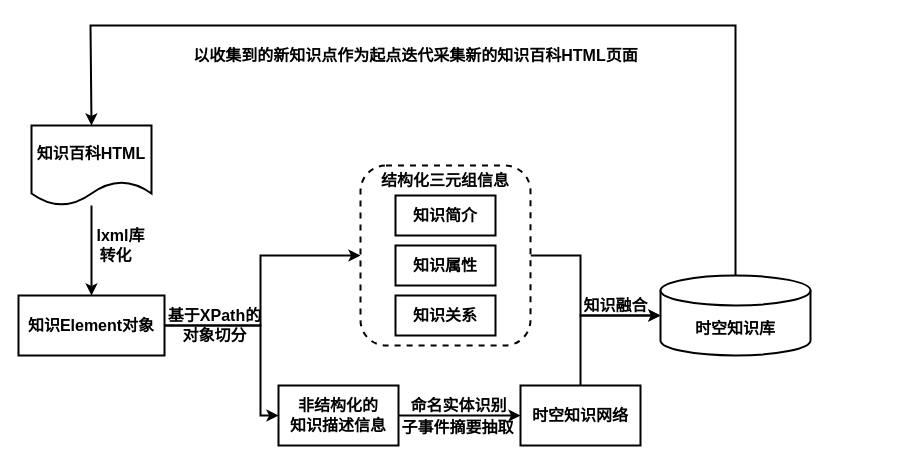
Above: web_graph_build.drawio in junchaoIU/Diagrams_library (draw.io), before the change. Source tidied: cells renumbered, new cells numbered last; positions are measured from the earlier drawing's top-left corner, leaving out a move shared by most shapes. Both pictures are drawn from the tidied source at 100%, with x=0, y=0 at pixel (18, 25).
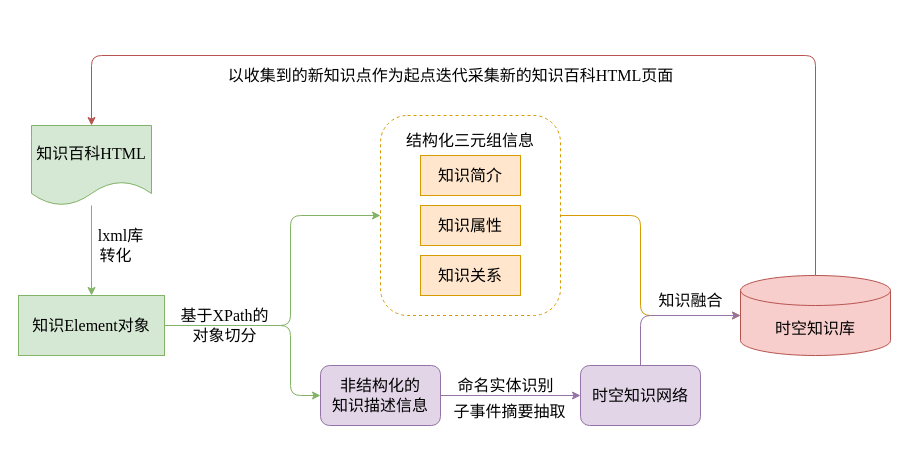
After the change.

The edit, as a diff of the source:
```diff
@@
-    <mxCell id="2" style="edgeStyle=orthogonalEdgeStyle;rounded=0;jettySize=auto;html=1;exitX=1;exitY=0.5;exitDx=0;exitDy=0;entryX=0;entryY=0.5;entryDx=0;entryDy=0;entryPerimeter=0;fontSize=16;strokeWidth=2;" parent="1" edge="1" source="3" target="18">
+    <mxCell id="2" style="edgeStyle=orthogonalEdgeStyle;rounded=1;jettySize=auto;html=1;exitX=1;exitY=0.5;exitDx=0;exitDy=0;entryX=0;entryY=0.5;entryDx=0;entryDy=0;entryPerimeter=0;fontSize=16;strokeWidth=1;fontStyle=0;fontFamily=Times New Roman;fillColor=#ffe6cc;strokeColor=#d79b00;" parent="1" edge="1" source="3" target="18">
       <mxGeometry relative="1" as="geometry">
         <Array as="points">
-          <mxPoint x="562" y="230" />
-          <mxPoint x="562" y="290" />
+          <mxPoint x="622" y="190" />
+          <mxPoint x="622" y="290" />
         </Array>
       </mxGeometry>
     </mxCell>
-    <mxCell id="3" style="rounded=1;whiteSpace=wrap;html=1;fontSize=16;strokeWidth=2;dashed=1;fontStyle=1;" parent="1" vertex="1">
-      <mxGeometry x="342" y="140" width="170" height="180" as="geometry" />
+    <mxCell id="3" style="rounded=1;whiteSpace=wrap;html=1;fontSize=16;strokeWidth=1;dashed=1;fontStyle=0;fontFamily=Times New Roman;fillColor=none;strokeColor=#d79b00;" parent="1" vertex="1">
+      <mxGeometry x="362" y="90" width="180" height="200" as="geometry" />
     </mxCell>
-    <mxCell id="4" style="edgeStyle=orthogonalEdgeStyle;rounded=0;jettySize=auto;html=1;strokeWidth=2;fontSize=16;" parent="1" edge="1" source="5" target="8">
+    <mxCell id="4" style="edgeStyle=orthogonalEdgeStyle;rounded=0;jettySize=auto;html=1;strokeWidth=1;fontSize=16;fontStyle=0;fontFamily=Times New Roman;fillColor=#d5e8d4;strokeColor=#82b366;" parent="1" edge="1" source="5" target="8">
       <mxGeometry relative="1" as="geometry" />
     </mxCell>
-    <mxCell id="5" value="&lt;span style=&quot;font-size: 16px;&quot;&gt;&lt;font style=&quot;font-size: 16px;&quot;&gt;知识百科HTML&lt;/font&gt;&lt;/span&gt;" style="shape=document;whiteSpace=wrap;html=1;boundedLbl=1;strokeWidth=2;fontStyle=1;fontSize=16;" parent="1" vertex="1">
+    <mxCell id="5" value="&lt;span style=&quot;font-size: 16px;&quot;&gt;&lt;font style=&quot;font-size: 16px;&quot;&gt;知识百科HTML&lt;/font&gt;&lt;/span&gt;" style="shape=document;whiteSpace=wrap;html=1;boundedLbl=1;strokeWidth=1;fontStyle=0;fontSize=16;fillColor=#d5e8d4;strokeColor=#82b366;fontFamily=Times New Roman;" parent="1" vertex="1">
       <mxGeometry x="13" y="100" width="120" height="80" as="geometry" />
     </mxCell>
-    <mxCell id="6" style="edgeStyle=orthogonalEdgeStyle;rounded=0;jettySize=auto;html=1;exitX=1;exitY=0.5;exitDx=0;exitDy=0;entryX=0;entryY=0.5;entryDx=0;entryDy=0;fontSize=16;strokeWidth=2;fontStyle=1;" parent="1" edge="1" source="8" target="3">
+    <mxCell id="6" style="edgeStyle=orthogonalEdgeStyle;rounded=1;jettySize=auto;html=1;exitX=1;exitY=0.5;exitDx=0;exitDy=0;entryX=0;entryY=0.5;entryDx=0;entryDy=0;fontSize=16;strokeWidth=1;fontStyle=0;fontFamily=Times New Roman;fillColor=#d5e8d4;strokeColor=#82b366;" parent="1" edge="1" source="8" target="3">
       <mxGeometry relative="1" as="geometry">
         <Array as="points">
-          <mxPoint x="242" y="300" />
-          <mxPoint x="242" y="230" />
+          <mxPoint x="272" y="300" />
+          <mxPoint x="272" y="190" />
         </Array>
       </mxGeometry>
     </mxCell>
-    <mxCell id="7" style="edgeStyle=orthogonalEdgeStyle;rounded=0;jettySize=auto;html=1;exitX=1;exitY=0.5;exitDx=0;exitDy=0;entryX=0;entryY=0.5;entryDx=0;entryDy=0;fontSize=16;strokeWidth=2;fontStyle=1;" parent="1" edge="1" target="13">
+    <mxCell id="7" style="edgeStyle=orthogonalEdgeStyle;rounded=1;jettySize=auto;html=1;exitX=1;exitY=0.5;exitDx=0;exitDy=0;entryX=0;entryY=0.5;entryDx=0;entryDy=0;fontSize=16;strokeWidth=1;fontStyle=0;fontFamily=Times New Roman;fillColor=#d5e8d4;strokeColor=#82b366;" parent="1" edge="1" target="13">
       <mxGeometry relative="1" as="geometry">
         <mxPoint x="143" y="300" as="sourcePoint" />
         <Array as="points">
-          <mxPoint x="242" y="300" />
-          <mxPoint x="242" y="390" />
+          <mxPoint x="272" y="300" />
+          <mxPoint x="272" y="370" />
         </Array>
       </mxGeometry>
     </mxCell>
-    <mxCell id="8" value="&lt;span style=&quot;font-size: 16px;&quot;&gt;知识Element对象&lt;/span&gt;" style="rounded=0;whiteSpace=wrap;html=1;fontSize=16;strokeWidth=2;fontStyle=1;" parent="1" vertex="1">
+    <mxCell id="8" value="&lt;span style=&quot;font-size: 16px;&quot;&gt;知识Element对象&lt;/span&gt;" style="rounded=0;whiteSpace=wrap;html=1;fontSize=16;strokeWidth=1;fontStyle=0;fillColor=#d5e8d4;strokeColor=#82b366;fontFamily=Times New Roman;" parent="1" vertex="1">
       <mxGeometry y="270" width="146" height="60" as="geometry" />
     </mxCell>
-    <mxCell id="9" value="&lt;span style=&quot;font-size: 16px;&quot;&gt;知识简介&lt;/span&gt;" style="rounded=0;whiteSpace=wrap;html=1;fontSize=16;strokeWidth=2;fontStyle=1;" parent="1" vertex="1">
-      <mxGeometry x="377" y="170" width="100" height="40" as="geometry" />
+    <mxCell id="9" value="&lt;span style=&quot;font-size: 16px;&quot;&gt;知识简介&lt;/span&gt;" style="rounded=0;whiteSpace=wrap;html=1;fontSize=16;strokeWidth=1;fontStyle=0;fillColor=#ffe6cc;strokeColor=#d79b00;fontFamily=Times New Roman;" parent="1" vertex="1">
+      <mxGeometry x="402" y="130" width="100" height="40" as="geometry" />
     </mxCell>
-    <mxCell id="10" value="&lt;span style=&quot;font-size: 16px;&quot;&gt;知识属性&lt;/span&gt;" style="rounded=0;whiteSpace=wrap;html=1;fontSize=16;strokeWidth=2;fontStyle=1;" parent="1" vertex="1">
-      <mxGeometry x="377" y="220" width="100" height="40" as="geometry" />
+    <mxCell id="10" value="&lt;span style=&quot;font-size: 16px;&quot;&gt;知识属性&lt;/span&gt;" style="rounded=0;whiteSpace=wrap;html=1;fontSize=16;strokeWidth=1;fontStyle=0;fillColor=#ffe6cc;strokeColor=#d79b00;fontFamily=Times New Roman;" parent="1" vertex="1">
+      <mxGeometry x="402" y="180" width="100" height="40" as="geometry" />
     </mxCell>
-    <mxCell id="11" value="&lt;span style=&quot;font-size: 16px;&quot;&gt;知识关系&lt;/span&gt;" style="rounded=0;whiteSpace=wrap;html=1;fontSize=16;strokeWidth=2;fontStyle=1;" parent="1" vertex="1">
-      <mxGeometry x="377" y="270" width="100" height="40" as="geometry" />
+    <mxCell id="11" value="&lt;span style=&quot;font-size: 16px;&quot;&gt;知识关系&lt;/span&gt;" style="rounded=0;whiteSpace=wrap;html=1;fontSize=16;strokeWidth=1;fontStyle=0;fillColor=#ffe6cc;strokeColor=#d79b00;fontFamily=Times New Roman;" parent="1" vertex="1">
+      <mxGeometry x="402" y="230" width="100" height="40" as="geometry" />
     </mxCell>
-    <mxCell id="12" style="edgeStyle=orthogonalEdgeStyle;rounded=0;jettySize=auto;html=1;exitX=1;exitY=0.5;exitDx=0;exitDy=0;entryX=0;entryY=0.5;entryDx=0;entryDy=0;fontSize=16;strokeWidth=2;fontStyle=1;" parent="1" edge="1" source="13" target="15">
+    <mxCell id="12" style="edgeStyle=orthogonalEdgeStyle;rounded=0;jettySize=auto;html=1;exitX=1;exitY=0.5;exitDx=0;exitDy=0;entryX=0;entryY=0.5;entryDx=0;entryDy=0;fontSize=16;strokeWidth=1;fontStyle=0;fontFamily=Times New Roman;fillColor=#e1d5e7;strokeColor=#9673a6;" parent="1" edge="1" source="13" target="15">
       <mxGeometry relative="1" as="geometry" />
     </mxCell>
-    <mxCell id="13" value="&lt;span style=&quot;font-size: 16px;&quot;&gt;非结构化的&lt;br style=&quot;font-size: 16px;&quot;&gt;知识描述信息&lt;/span&gt;" style="rounded=0;whiteSpace=wrap;html=1;fontSize=16;strokeWidth=2;fontStyle=1;" parent="1" vertex="1">
-      <mxGeometry x="260" y="360" width="120" height="60" as="geometry" />
+    <mxCell id="13" value="&lt;span style=&quot;font-size: 16px;&quot;&gt;非结构化的&lt;br style=&quot;font-size: 16px;&quot;&gt;知识描述信息&lt;/span&gt;" style="rounded=1;whiteSpace=wrap;html=1;fontSize=16;strokeWidth=1;fontStyle=0;fillColor=#e1d5e7;strokeColor=#9673a6;fontFamily=Times New Roman;" parent="1" vertex="1">
+      <mxGeometry x="302" y="340" width="120" height="60" as="geometry" />
     </mxCell>
-    <mxCell id="14" style="edgeStyle=orthogonalEdgeStyle;rounded=0;jettySize=auto;html=1;exitX=0.5;exitY=0;exitDx=0;exitDy=0;entryX=0;entryY=0.5;entryDx=0;entryDy=0;entryPerimeter=0;fontSize=16;strokeWidth=2;" parent="1" edge="1" source="15" target="18">
+    <mxCell id="14" style="edgeStyle=orthogonalEdgeStyle;rounded=1;jettySize=auto;html=1;exitX=0.5;exitY=0;exitDx=0;exitDy=0;entryX=0;entryY=0.5;entryDx=0;entryDy=0;entryPerimeter=0;fontSize=16;strokeWidth=1;fontStyle=0;fontFamily=Times New Roman;fillColor=#e1d5e7;strokeColor=#9673a6;" parent="1" edge="1" source="15" target="18">
       <mxGeometry relative="1" as="geometry" />
     </mxCell>
-    <mxCell id="15" value="&lt;span style=&quot;font-size: 16px;&quot;&gt;&lt;span style=&quot;font-size: 16px;&quot;&gt;时空知识网络&lt;/span&gt;&lt;/span&gt;" style="rounded=0;whiteSpace=wrap;html=1;fontSize=16;strokeWidth=2;fontStyle=1;" parent="1" vertex="1">
-      <mxGeometry x="502" y="360" width="120" height="60" as="geometry" />
+    <mxCell id="15" value="&lt;span style=&quot;font-size: 16px;&quot;&gt;&lt;span style=&quot;font-size: 16px;&quot;&gt;时空知识网络&lt;/span&gt;&lt;/span&gt;" style="rounded=1;whiteSpace=wrap;html=1;fontSize=16;strokeWidth=1;fontStyle=0;fillColor=#e1d5e7;strokeColor=#9673a6;fontFamily=Times New Roman;" parent="1" vertex="1">
+      <mxGeometry x="562" y="340" width="120" height="60" as="geometry" />
     </mxCell>
-    <mxCell id="16" value="&lt;span style=&quot;font-size: 16px;&quot;&gt;结构化三元组信息&lt;/span&gt;" style="text;html=1;strokeColor=none;fillColor=none;align=center;verticalAlign=middle;whiteSpace=wrap;rounded=0;fontSize=16;fontStyle=1;" parent="1" vertex="1">
-      <mxGeometry x="352" y="140" width="150" height="30" as="geometry" />
+    <mxCell id="16" value="&lt;span style=&quot;font-size: 16px;&quot;&gt;结构化三元组信息&lt;/span&gt;" style="text;html=1;strokeColor=none;fillColor=none;align=center;verticalAlign=middle;whiteSpace=wrap;rounded=0;fontSize=16;fontStyle=0;strokeWidth=1;fontFamily=Times New Roman;" parent="1" vertex="1">
+      <mxGeometry x="377" y="100" width="150" height="30" as="geometry" />
     </mxCell>
-    <mxCell id="17" style="edgeStyle=orthogonalEdgeStyle;rounded=0;jettySize=auto;html=1;exitX=0.5;exitY=0;exitDx=0;exitDy=0;exitPerimeter=0;entryX=0.5;entryY=0;entryDx=0;entryDy=0;fontSize=16;strokeWidth=2;fontStyle=1;" parent="1" edge="1" source="18" target="5">
+    <mxCell id="17" style="edgeStyle=orthogonalEdgeStyle;rounded=1;jettySize=auto;html=1;exitX=0.5;exitY=0;exitDx=0;exitDy=0;exitPerimeter=0;entryX=0.5;entryY=0;entryDx=0;entryDy=0;fontSize=16;strokeWidth=1;fontStyle=0;fontFamily=Times New Roman;fillColor=#f8cecc;strokeColor=#b85450;" parent="1" edge="1" source="18" target="5">
       <mxGeometry relative="1" as="geometry">
         <Array as="points">
-          <mxPoint x="717" />
-          <mxPoint x="72" />
+          <mxPoint x="797" y="30" />
+          <mxPoint x="73" y="30" />
         </Array>
       </mxGeometry>
     </mxCell>
-    <mxCell id="18" value="&lt;span style=&quot;font-size: 16px;&quot;&gt;&lt;font style=&quot;font-size: 16px&quot;&gt;时空知识库&lt;/font&gt;&lt;/span&gt;" style="shape=cylinder3;whiteSpace=wrap;html=1;boundedLbl=1;backgroundOutline=1;size=15;fontSize=16;strokeWidth=2;fontStyle=1;" parent="1" vertex="1">
-      <mxGeometry x="642" y="250" width="150" height="80" as="geometry" />
+    <mxCell id="18" value="&lt;span style=&quot;font-size: 16px;&quot;&gt;&lt;font style=&quot;font-size: 16px&quot;&gt;时空知识库&lt;/font&gt;&lt;/span&gt;" style="shape=cylinder3;whiteSpace=wrap;html=1;boundedLbl=1;backgroundOutline=1;size=15;fontSize=16;strokeWidth=1;fontStyle=0;fillColor=#f8cecc;strokeColor=#b85450;fontFamily=Times New Roman;" parent="1" vertex="1">
+      <mxGeometry x="722" y="250" width="150" height="80" as="geometry" />
     </mxCell>
-    <mxCell id="19" value="&lt;span style=&quot;font-size: 16px;&quot;&gt;lxml库&lt;/span&gt;" style="text;html=1;align=center;verticalAlign=middle;strokeColor=none;fillColor=none;fontSize=16;fontStyle=1;" parent="1" vertex="1">
+    <mxCell id="19" value="&lt;span style=&quot;font-size: 16px;&quot;&gt;lxml库&lt;/span&gt;" style="text;html=1;align=center;verticalAlign=middle;strokeColor=none;fillColor=none;fontSize=16;fontStyle=0;strokeWidth=1;fontFamily=Times New Roman;" parent="1" vertex="1">
       <mxGeometry x="72" y="200" width="60" height="20" as="geometry" />
     </mxCell>
-    <mxCell id="20" value="&lt;span style=&quot;font-size: 16px;&quot;&gt;转化&lt;/span&gt;" style="text;html=1;align=center;verticalAlign=middle;strokeColor=none;fillColor=none;fontSize=16;fontStyle=1;" parent="1" vertex="1">
+    <mxCell id="20" value="&lt;span style=&quot;font-size: 16px;&quot;&gt;转化&lt;/span&gt;" style="text;html=1;align=center;verticalAlign=middle;strokeColor=none;fillColor=none;fontSize=16;fontStyle=0;strokeWidth=1;fontFamily=Times New Roman;" parent="1" vertex="1">
       <mxGeometry x="72" y="220" width="50" height="20" as="geometry" />
     </mxCell>
-    <mxCell id="21" value="基于XPath的&lt;br style=&quot;font-size: 16px;&quot;&gt;对象切分" style="text;html=1;strokeColor=none;fillColor=none;align=center;verticalAlign=middle;whiteSpace=wrap;rounded=0;fontSize=16;fontStyle=1;" parent="1" vertex="1">
-      <mxGeometry x="122" y="285" width="149" height="30" as="geometry" />
+    <mxCell id="21" value="基于XPath的&lt;br style=&quot;font-size: 16px;&quot;&gt;对象切分" style="text;html=1;strokeColor=none;fillColor=none;align=center;verticalAlign=middle;whiteSpace=wrap;rounded=0;fontSize=16;fontStyle=0;strokeWidth=1;fontFamily=Times New Roman;" parent="1" vertex="1">
+      <mxGeometry x="132" y="285" width="149" height="30" as="geometry" />
     </mxCell>
-    <mxCell id="22" value="&lt;b style=&quot;font-size: 16px;&quot;&gt;命名实体识别&lt;/b&gt;" style="text;html=1;align=center;verticalAlign=middle;strokeColor=none;fillColor=none;fontSize=16;" parent="1" vertex="1">
-      <mxGeometry x="385" y="370" width="110" height="20" as="geometry" />
+    <mxCell id="22" value="&lt;span style=&quot;font-size: 16px;&quot;&gt;命名实体识别&lt;/span&gt;" style="text;html=1;align=center;verticalAlign=middle;strokeColor=none;fillColor=none;fontSize=16;fontStyle=0;strokeWidth=1;fontFamily=Times New Roman;" parent="1" vertex="1">
+      <mxGeometry x="432" y="350" width="110" height="20" as="geometry" />
     </mxCell>
-    <mxCell id="23" value="&lt;b style=&quot;font-size: 16px;&quot;&gt;子事件摘要抽取&lt;/b&gt;" style="text;html=1;align=center;verticalAlign=middle;strokeColor=none;fillColor=none;fontSize=16;" parent="1" vertex="1">
-      <mxGeometry x="374" y="392" width="130" height="20" as="geometry" />
+    <mxCell id="23" value="&lt;span style=&quot;font-size: 16px;&quot;&gt;子事件摘要抽取&lt;/span&gt;" style="text;html=1;align=center;verticalAlign=middle;strokeColor=none;fillColor=none;fontSize=16;fontStyle=0;strokeWidth=1;fontFamily=Times New Roman;" parent="1" vertex="1">
+      <mxGeometry x="426" y="376" width="130" height="20" as="geometry" />
     </mxCell>
-    <mxCell id="24" value="&lt;b style=&quot;font-size: 16px;&quot;&gt;知识融合&lt;/b&gt;" style="text;html=1;align=center;verticalAlign=middle;strokeColor=none;fillColor=none;fontSize=16;" parent="1" vertex="1">
-      <mxGeometry x="557" y="270" width="80" height="20" as="geometry" />
+    <mxCell id="24" value="&lt;span style=&quot;font-size: 16px;&quot;&gt;知识融合&lt;/span&gt;" style="text;html=1;align=center;verticalAlign=middle;strokeColor=none;fillColor=none;fontSize=16;fontStyle=0;strokeWidth=1;fontFamily=Times New Roman;" parent="1" vertex="1">
+      <mxGeometry x="632" y="265" width="80" height="20" as="geometry" />
     </mxCell>
-    <mxCell id="25" value="&lt;b style=&quot;font-size: 16px;&quot;&gt;以收集到的新知识点作为起点迭代采集新的知识百科HTML页面&lt;/b&gt;" style="text;html=1;align=center;verticalAlign=middle;strokeColor=none;fillColor=none;fontSize=16;" parent="1" vertex="1">
-      <mxGeometry x="167" y="20" width="460" height="20" as="geometry" />
+    <mxCell id="25" value="&lt;span style=&quot;font-size: 16px;&quot;&gt;以收集到的新知识点作为起点迭代采集新的知识百科HTML页面&lt;/span&gt;" style="text;html=1;align=center;verticalAlign=middle;strokeColor=none;fillColor=none;fontSize=16;fontStyle=0;strokeWidth=1;fontFamily=Times New Roman;" parent="1" vertex="1">
+      <mxGeometry x="202" y="40" width="460" height="20" as="geometry" />
     </mxCell>
+    <mxCell id="26" style="edgeStyle=none;rounded=1;comic=0;sketch=0;jumpStyle=none;orthogonalLoop=1;jettySize=auto;html=1;exitX=0.5;exitY=0;exitDx=0;exitDy=0;shadow=0;fontFamily=Times New Roman;fontSize=16;strokeWidth=1;" parent="1" edge="1" source="21" target="21">
+      <mxGeometry relative="1" as="geometry" />
+    </mxCell>
```
